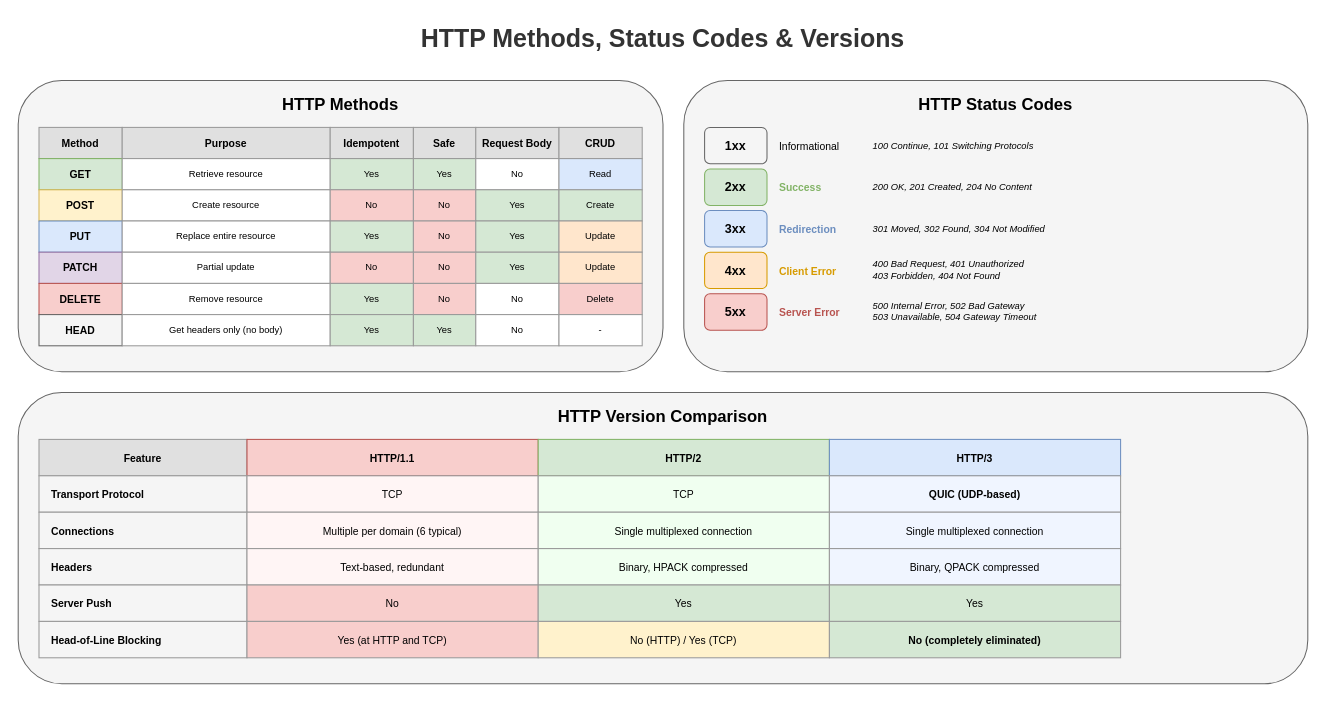
Above: lesson-07-networking/diagrams/1.4-http-overview.drawio in MrParkerZ7/document-lesson-software-architect-x-claude (draw.io), before the change. Source tidied: cells renumbered, new cells numbered last; positions are measured from the earlier drawing's top-left corner, leaving out a move shared by most shapes. Both pictures are drawn from the tidied source at 104%, with x=0, y=0 at pixel (18, 18).
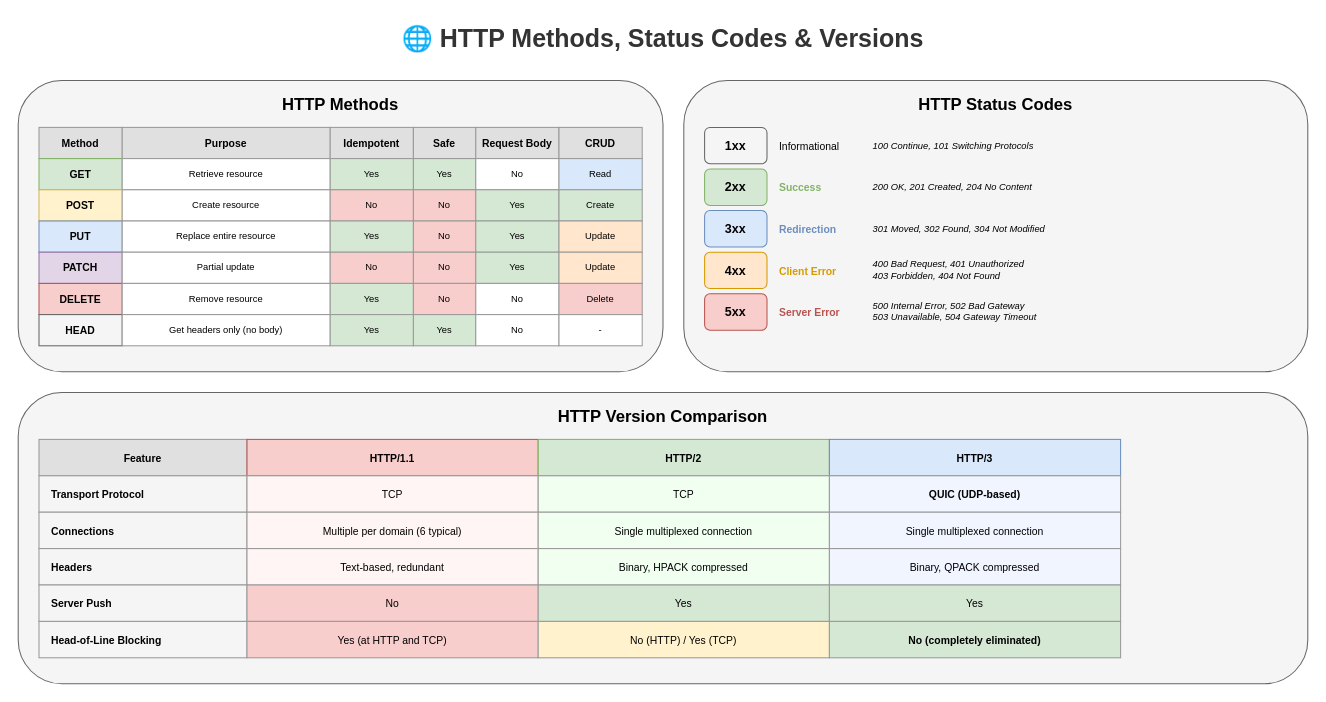
The same diagram, later.

The edit, as a diff of the source:
```diff
@@
-    <mxCell id="2" value="HTTP Methods, Status Codes &amp; Versions" style="text;html=1;strokeColor=none;fillColor=none;align=center;verticalAlign=middle;whiteSpace=wrap;rounded=0;fontSize=24;fontStyle=1;fontColor=#333333;" parent="1" vertex="1">
+    <mxCell id="2" value="🌐 HTTP Methods, Status Codes &amp; Versions" style="text;html=1;strokeColor=none;fillColor=none;align=center;verticalAlign=middle;whiteSpace=wrap;rounded=0;fontSize=24;fontStyle=1;fontColor=#333333;" parent="1" vertex="1">
       <mxGeometry x="320" width="600" height="40" as="geometry" />
     </mxCell>
```
